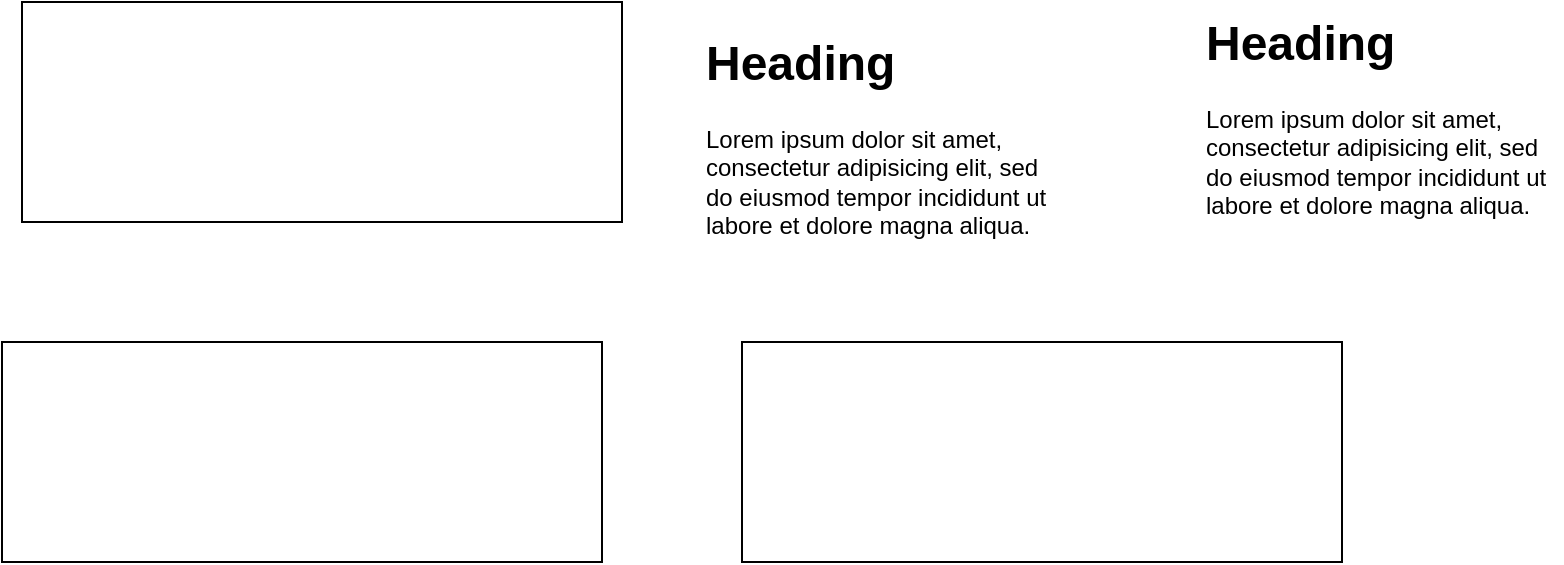
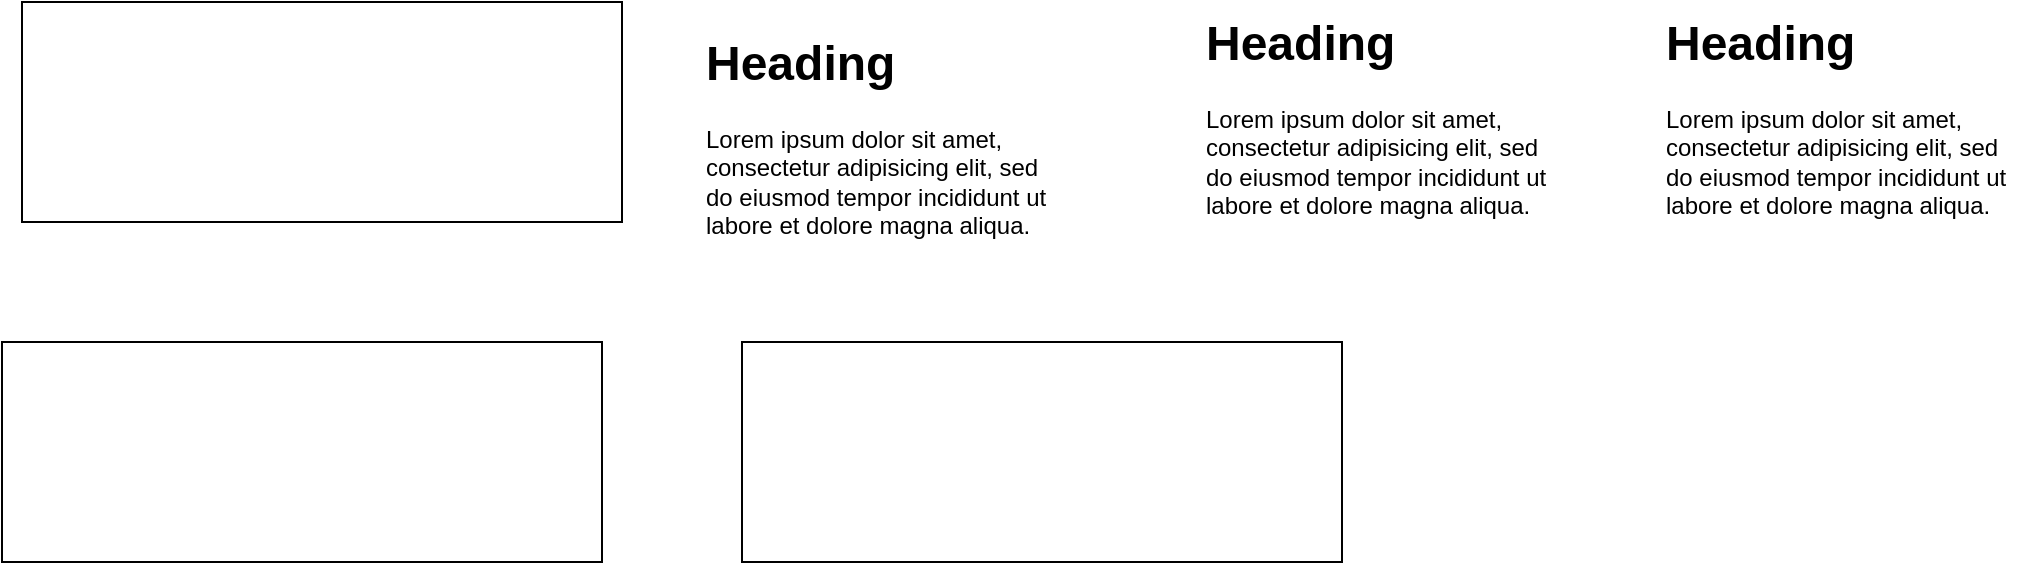
<mxfile host="localhost" agent="Mozilla/5.0 (Macintosh; Intel Mac OS X 10_15_7) AppleWebKit/537.36 (KHTML, like Gecko) Chrome/147.0.0.0 Safari/537.36">
  <diagram name="Página-1" id="PpJXZ58JPKweFJ5g2vKQ">
-     <mxGraphModel dx="1479" dy="635" grid="1" gridSize="10" guides="1" tooltips="1" connect="1" arrows="1" fold="1" page="1" pageScale="1" pageWidth="827" pageHeight="1169" math="0" shadow="0">
+     <mxGraphModel dx="1239" dy="633" grid="1" gridSize="10" guides="1" tooltips="1" connect="1" arrows="1" fold="1" page="1" pageScale="1" pageWidth="827" pageHeight="1169" math="0" shadow="0">
      <root>
        <mxCell id="0" />
        <mxCell id="1" parent="0" />
        <mxCell id="0c2okGh_P4Jde1He3tue-1" parent="1" style="rounded=0;whiteSpace=wrap;html=1;" value="" vertex="1">
          <mxGeometry height="110" width="300" x="180" y="120" as="geometry" />
        </mxCell>
        <mxCell id="0c2okGh_P4Jde1He3tue-2" parent="1" style="rounded=0;whiteSpace=wrap;html=1;" value="" vertex="1">
          <mxGeometry height="110" width="300" x="170" y="290" as="geometry" />
        </mxCell>
        <mxCell id="0c2okGh_P4Jde1He3tue-3" parent="1" style="text;html=1;whiteSpace=wrap;overflow=hidden;rounded=0;" value="&lt;h1 style=&quot;margin-top: 0px;&quot;&gt;Heading&lt;/h1&gt;&lt;p&gt;Lorem ipsum dolor sit amet, consectetur adipisicing elit, sed do eiusmod tempor incididunt ut labore et dolore magna aliqua.&lt;/p&gt;" vertex="1">
          <mxGeometry height="120" width="180" x="520" y="130" as="geometry" />
        </mxCell>
        <mxCell id="0c2okGh_P4Jde1He3tue-4" parent="1" style="rounded=0;whiteSpace=wrap;html=1;" value="" vertex="1">
          <mxGeometry height="110" width="300" x="540" y="290" as="geometry" />
        </mxCell>
        <mxCell id="AVF8oEmGqcoMN1feT7gT-1" parent="1" style="text;html=1;whiteSpace=wrap;overflow=hidden;rounded=0;" value="&lt;h1 style=&quot;margin-top: 0px;&quot;&gt;Heading&lt;/h1&gt;&lt;p&gt;Lorem ipsum dolor sit amet, consectetur adipisicing elit, sed do eiusmod tempor incididunt ut labore et dolore magna aliqua.&lt;/p&gt;" vertex="1">
          <mxGeometry height="120" width="180" x="770" y="120" as="geometry" />
        </mxCell>
+         <mxCell id="faJUVJwyH3vvViO4HGVn-1" parent="1" style="text;html=1;whiteSpace=wrap;overflow=hidden;rounded=0;" value="&lt;h1 style=&quot;margin-top: 0px;&quot;&gt;Heading&lt;/h1&gt;&lt;p&gt;Lorem ipsum dolor sit amet, consectetur adipisicing elit, sed do eiusmod tempor incididunt ut labore et dolore magna aliqua.&lt;/p&gt;" vertex="1">
+           <mxGeometry height="120" width="180" x="1000" y="120" as="geometry" />
+         </mxCell>
      </root>
    </mxGraphModel>
  </diagram>
</mxfile>
